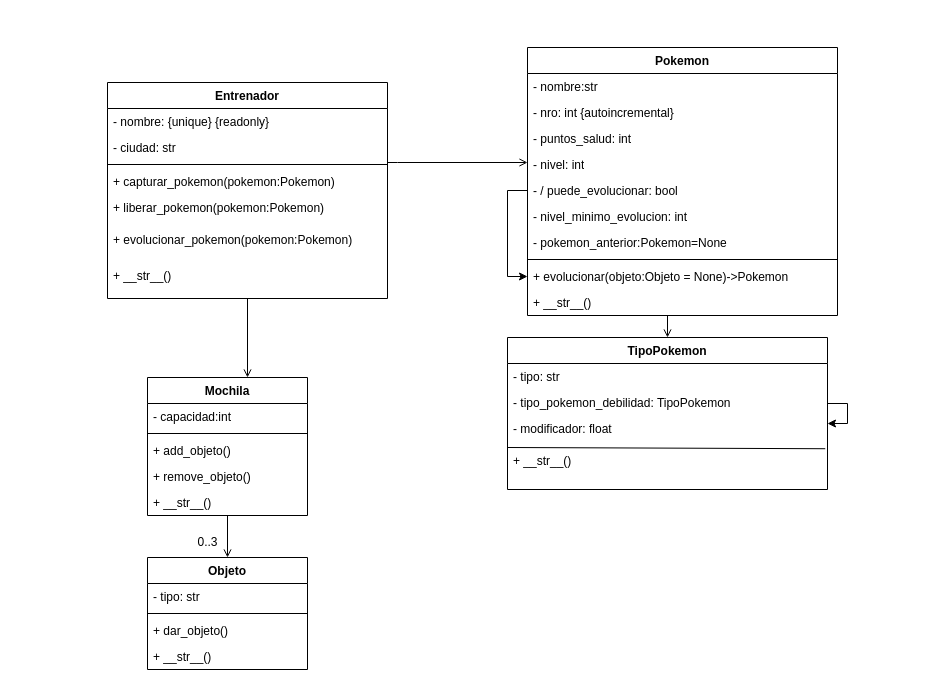
Above: Poo Pokemon.drawio in CristianNinotti/Poo-Pokemon (draw.io), before the change. Source tidied: cells renumbered, new cells numbered last; positions are measured from the earlier drawing's top-left corner, leaving out a move shared by most shapes. Both pictures are drawn from the tidied source at 100%, with x=0, y=0 at pixel (107, 47).
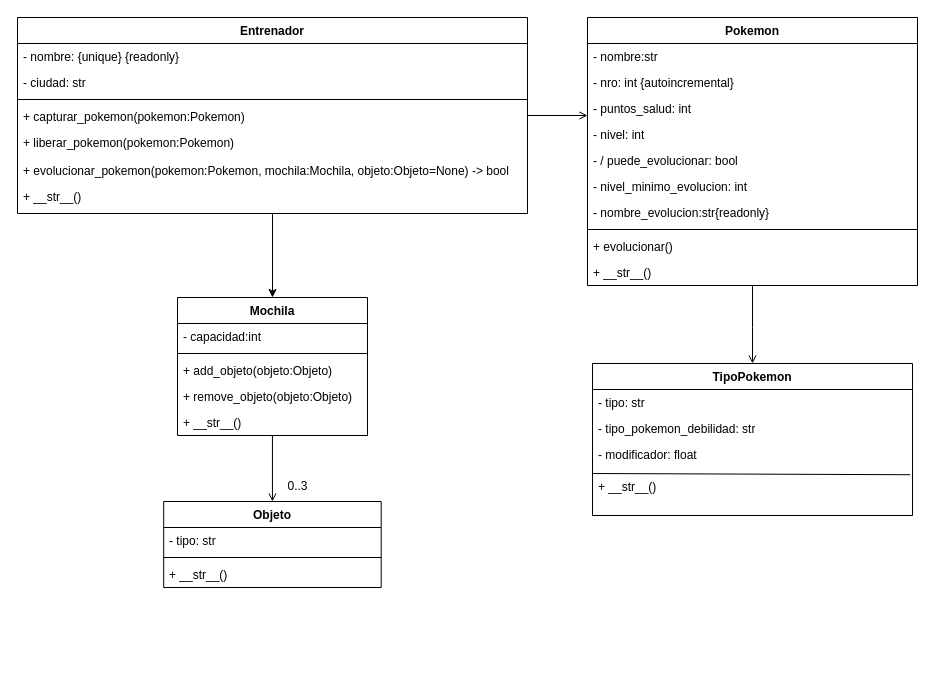
The same page after the edit.

Change to the diagram source:
```diff
@@
     <mxCell id="2" value="Pokemon" style="swimlane;fontStyle=1;align=center;verticalAlign=top;horizontal=1;startSize=26;whiteSpace=wrap;html=1;" parent="1" vertex="1">
-      <mxGeometry x="420" width="310" height="268" as="geometry" />
+      <mxGeometry x="480" y="-30" width="330" height="268" as="geometry" />
     </mxCell>
     <mxCell id="3" value="- nombre:str" style="text;strokeColor=none;fillColor=none;align=left;verticalAlign=top;spacingLeft=4;spacingRight=4;overflow=hidden;whiteSpace=wrap;html=1;" parent="2" vertex="1">
-      <mxGeometry y="26" width="310" height="26" as="geometry" />
+      <mxGeometry y="26" width="330" height="26" as="geometry" />
     </mxCell>
     <mxCell id="4" value="- nro: int {autoincremental}" style="text;strokeColor=none;fillColor=none;align=left;verticalAlign=top;spacingLeft=4;spacingRight=4;overflow=hidden;whiteSpace=wrap;html=1;" parent="2" vertex="1">
-      <mxGeometry y="52" width="310" height="26" as="geometry" />
+      <mxGeometry y="52" width="330" height="26" as="geometry" />
     </mxCell>
     <mxCell id="5" value="- puntos_salud: int" style="text;strokeColor=none;fillColor=none;align=left;verticalAlign=top;spacingLeft=4;spacingRight=4;overflow=hidden;whiteSpace=wrap;html=1;" parent="2" vertex="1">
-      <mxGeometry y="78" width="310" height="26" as="geometry" />
+      <mxGeometry y="78" width="330" height="26" as="geometry" />
     </mxCell>
     <mxCell id="6" value="- nivel: int" style="text;strokeColor=none;fillColor=none;align=left;verticalAlign=top;spacingLeft=4;spacingRight=4;overflow=hidden;whiteSpace=wrap;html=1;" parent="2" vertex="1">
-      <mxGeometry y="104" width="310" height="26" as="geometry" />
+      <mxGeometry y="104" width="330" height="26" as="geometry" />
     </mxCell>
-    <mxCell id="7" style="edgeStyle=orthogonalEdgeStyle;rounded=0;jettySize=auto;html=1;entryX=0;entryY=0.5;entryDx=0;entryDy=0;" parent="2" edge="1" source="8" target="12">
-      <mxGeometry relative="1" as="geometry" />
-    </mxCell>
     <mxCell id="8" value="- / puede_evolucionar: bool" style="text;strokeColor=none;fillColor=none;align=left;verticalAlign=top;spacingLeft=4;spacingRight=4;overflow=hidden;points=[[0,0.5],[1,0.5]];portConstraint=eastwest;whiteSpace=wrap;html=1;" parent="2" vertex="1">
-      <mxGeometry y="130" width="310" height="26" as="geometry" />
+      <mxGeometry y="130" width="330" height="26" as="geometry" />
     </mxCell>
+    <mxCell id="46" value="- nivel_minimo_evolucion: int" style="text;strokeColor=none;fillColor=none;align=left;verticalAlign=top;spacingLeft=4;spacingRight=4;overflow=hidden;whiteSpace=wrap;html=1;" parent="2" vertex="1">
+      <mxGeometry y="156" width="330" height="26" as="geometry" />
+    </mxCell>
-    <mxCell id="9" value="- nivel_minimo_evolucion: int" style="text;strokeColor=none;fillColor=none;align=left;verticalAlign=top;spacingLeft=4;spacingRight=4;overflow=hidden;whiteSpace=wrap;html=1;" parent="2" vertex="1">
-      <mxGeometry y="156" width="310" height="26" as="geometry" />
+    <mxCell id="9" value="- nombre_evolucion:str{readonly}" style="text;strokeColor=none;fillColor=none;align=left;verticalAlign=top;spacingLeft=4;spacingRight=4;overflow=hidden;whiteSpace=wrap;html=1;" parent="2" vertex="1">
+      <mxGeometry y="182" width="330" height="26" as="geometry" />
     </mxCell>
-    <mxCell id="10" value="- pokemon_anterior:Pokemon=None" style="text;strokeColor=none;fillColor=none;align=left;verticalAlign=top;spacingLeft=4;spacingRight=4;overflow=hidden;whiteSpace=wrap;html=1;" parent="2" vertex="1">
-      <mxGeometry y="182" width="310" height="26" as="geometry" />
-    </mxCell>
     <mxCell id="11" style="line;strokeWidth=1;fillColor=none;align=left;verticalAlign=middle;spacingTop=-1;spacingLeft=3;spacingRight=3;labelPosition=right;strokeColor=inherit;" parent="2" vertex="1">
-      <mxGeometry y="208" width="310" height="8" as="geometry" />
+      <mxGeometry y="208" width="330" height="8" as="geometry" />
     </mxCell>
-    <mxCell id="12" value="+ evolucionar(objeto:Objeto = None)-&amp;gt;Pokemon" style="text;strokeColor=none;fillColor=none;align=left;verticalAlign=top;spacingLeft=4;spacingRight=4;overflow=hidden;points=[[0,0.5],[1,0.5]];portConstraint=eastwest;whiteSpace=wrap;html=1;" parent="2" vertex="1">
-      <mxGeometry y="216" width="310" height="26" as="geometry" />
+    <mxCell id="12" value="+ evolucionar()" style="text;strokeColor=none;fillColor=none;align=left;verticalAlign=top;spacingLeft=4;spacingRight=4;overflow=hidden;points=[[0,0.5],[1,0.5]];portConstraint=eastwest;whiteSpace=wrap;html=1;" parent="2" vertex="1">
+      <mxGeometry y="216" width="330" height="26" as="geometry" />
     </mxCell>
     <mxCell id="13" value="+ __str__()" style="text;strokeColor=none;fillColor=none;align=left;verticalAlign=top;spacingLeft=4;spacingRight=4;overflow=hidden;whiteSpace=wrap;html=1;" parent="2" vertex="1">
-      <mxGeometry y="242" width="310" height="26" as="geometry" />
+      <mxGeometry y="242" width="330" height="26" as="geometry" />
     </mxCell>
@@
-    <mxCell id="15" style="edgeStyle=orthogonalEdgeStyle;rounded=0;jettySize=auto;html=1;endArrow=open;endFill=0;" parent="1" edge="1" source="16" target="33">
-      <mxGeometry relative="1" as="geometry">
-        <Array as="points">
-          <mxPoint x="120" y="190" />
-          <mxPoint x="120" y="190" />
-        </Array>
-      </mxGeometry>
+    <mxCell id="15" style="edgeStyle=orthogonalEdgeStyle;rounded=0;jettySize=auto;html=1;entryX=0.5;entryY=0;entryDx=0;entryDy=0;" parent="1" edge="1" source="16" target="33">
+      <mxGeometry relative="1" as="geometry" />
     </mxCell>
     <mxCell id="16" value="Entrenador" style="swimlane;fontStyle=1;align=center;verticalAlign=top;horizontal=1;startSize=26;whiteSpace=wrap;html=1;" parent="1" vertex="1">
-      <mxGeometry y="35" width="280" height="216" as="geometry" />
+      <mxGeometry x="-90" y="-30" width="510" height="196" as="geometry" />
     </mxCell>
     <mxCell id="17" value="- nombre: {unique} {readonly}" style="text;strokeColor=none;fillColor=none;align=left;verticalAlign=top;spacingLeft=4;spacingRight=4;overflow=hidden;whiteSpace=wrap;html=1;" parent="16" vertex="1">
-      <mxGeometry y="26" width="280" height="26" as="geometry" />
+      <mxGeometry y="26" width="510" height="26" as="geometry" />
     </mxCell>
     <mxCell id="18" value="- ciudad: str" style="text;strokeColor=none;fillColor=none;align=left;verticalAlign=top;spacingLeft=4;spacingRight=4;overflow=hidden;whiteSpace=wrap;html=1;" parent="16" vertex="1">
-      <mxGeometry y="52" width="280" height="26" as="geometry" />
+      <mxGeometry y="52" width="510" height="26" as="geometry" />
     </mxCell>
     <mxCell id="19" style="line;strokeWidth=1;fillColor=none;align=left;verticalAlign=middle;spacingTop=-1;spacingLeft=3;spacingRight=3;labelPosition=right;strokeColor=inherit;" parent="16" vertex="1">
-      <mxGeometry y="78" width="280" height="8" as="geometry" />
+      <mxGeometry y="78" width="510" height="8" as="geometry" />
     </mxCell>
     <mxCell id="20" value="+ capturar_pokemon(pokemon:Pokemon)" style="text;strokeColor=none;fillColor=none;align=left;verticalAlign=top;spacingLeft=4;spacingRight=4;overflow=hidden;whiteSpace=wrap;html=1;" parent="16" vertex="1">
-      <mxGeometry y="86" width="280" height="26" as="geometry" />
+      <mxGeometry y="86" width="510" height="26" as="geometry" />
     </mxCell>
     <mxCell id="21" value="+ liberar_pokemon(pokemon:Pokemon)" style="text;strokeColor=none;fillColor=none;align=left;verticalAlign=top;spacingLeft=4;spacingRight=4;overflow=hidden;whiteSpace=wrap;html=1;" parent="16" vertex="1">
-      <mxGeometry y="112" width="280" height="32" as="geometry" />
+      <mxGeometry y="112" width="510" height="28" as="geometry" />
     </mxCell>
-    <mxCell id="22" value="+ evolucionar_pokemon(pokemon:Pokemon)" style="text;strokeColor=none;fillColor=none;align=left;verticalAlign=top;spacingLeft=4;spacingRight=4;overflow=hidden;whiteSpace=wrap;html=1;" parent="16" vertex="1">
-      <mxGeometry y="144" width="280" height="36" as="geometry" />
+    <mxCell id="22" value="+ evolucionar_pokemon(pokemon:Pokemon, mochila:Mochila, objeto:Objeto=None) -&amp;gt; bool" style="text;strokeColor=none;fillColor=none;align=left;verticalAlign=top;spacingLeft=4;spacingRight=4;overflow=hidden;whiteSpace=wrap;html=1;" parent="16" vertex="1">
+      <mxGeometry y="140" width="510" height="26" as="geometry" />
     </mxCell>
     <mxCell id="23" value="+ __str__()" style="text;strokeColor=none;fillColor=none;align=left;verticalAlign=top;spacingLeft=4;spacingRight=4;overflow=hidden;whiteSpace=wrap;html=1;" parent="16" vertex="1">
-      <mxGeometry y="180" width="280" height="36" as="geometry" />
+      <mxGeometry y="166" width="510" height="30" as="geometry" />
     </mxCell>
     <mxCell id="24" style="edgeStyle=orthogonalEdgeStyle;rounded=0;jettySize=auto;html=1;endArrow=none;endFill=0;startArrow=open;startFill=0;" parent="1" edge="1" source="25" target="2">
       <mxGeometry relative="1" as="geometry">
         <Array as="points">
-          <mxPoint x="570" y="180" />
-          <mxPoint x="570" y="180" />
+          <mxPoint x="645" y="280" />
+          <mxPoint x="645" y="280" />
         </Array>
       </mxGeometry>
     </mxCell>
     <mxCell id="25" value="TipoPokemon" style="swimlane;fontStyle=1;align=center;verticalAlign=top;horizontal=1;startSize=26;whiteSpace=wrap;html=1;" parent="1" vertex="1">
-      <mxGeometry x="400" y="290" width="320" height="152" as="geometry" />
+      <mxGeometry x="485" y="316" width="320" height="152" as="geometry" />
     </mxCell>
@@
-    <mxCell id="27" value="- tipo_pokemon_debilidad: TipoPokemon" style="text;strokeColor=none;fillColor=none;align=left;verticalAlign=top;spacingLeft=4;spacingRight=4;overflow=hidden;whiteSpace=wrap;html=1;" parent="25" vertex="1">
+    <mxCell id="27" value="- tipo_pokemon_debilidad: str" style="text;strokeColor=none;fillColor=none;align=left;verticalAlign=top;spacingLeft=4;spacingRight=4;overflow=hidden;whiteSpace=wrap;html=1;" parent="25" vertex="1">
       <mxGeometry y="52" width="320" height="26" as="geometry" />
     </mxCell>
@@
     <mxCell id="33" value="Mochila" style="swimlane;fontStyle=1;align=center;verticalAlign=top;horizontal=1;startSize=26;whiteSpace=wrap;html=1;" parent="1" vertex="1">
-      <mxGeometry x="40" y="330" width="160" height="138" as="geometry" />
+      <mxGeometry x="70" y="250" width="190" height="138" as="geometry" />
     </mxCell>
     <mxCell id="34" value="- capacidad:int" style="text;strokeColor=none;fillColor=none;align=left;verticalAlign=top;spacingLeft=4;spacingRight=4;overflow=hidden;whiteSpace=wrap;html=1;" parent="33" vertex="1">
-      <mxGeometry y="26" width="160" height="26" as="geometry" />
+      <mxGeometry y="26" width="190" height="26" as="geometry" />
     </mxCell>
     <mxCell id="35" style="line;strokeWidth=1;fillColor=none;align=left;verticalAlign=middle;spacingTop=-1;spacingLeft=3;spacingRight=3;labelPosition=right;strokeColor=inherit;" parent="33" vertex="1">
-      <mxGeometry y="52" width="160" height="8" as="geometry" />
+      <mxGeometry y="52" width="190" height="8" as="geometry" />
     </mxCell>
-    <mxCell id="36" value="+ add_objeto()" style="text;strokeColor=none;fillColor=none;align=left;verticalAlign=top;spacingLeft=4;spacingRight=4;overflow=hidden;whiteSpace=wrap;html=1;" parent="33" vertex="1">
-      <mxGeometry y="60" width="160" height="26" as="geometry" />
+    <mxCell id="36" value="+ add_objeto(objeto:Objeto)" style="text;strokeColor=none;fillColor=none;align=left;verticalAlign=top;spacingLeft=4;spacingRight=4;overflow=hidden;whiteSpace=wrap;html=1;" parent="33" vertex="1">
+      <mxGeometry y="60" width="190" height="26" as="geometry" />
     </mxCell>
-    <mxCell id="37" value="+ remove_objeto()" style="text;strokeColor=none;fillColor=none;align=left;verticalAlign=top;spacingLeft=4;spacingRight=4;overflow=hidden;whiteSpace=wrap;html=1;" parent="33" vertex="1">
-      <mxGeometry y="86" width="160" height="26" as="geometry" />
+    <mxCell id="37" value="+ remove_objeto(objeto:Objeto)" style="text;strokeColor=none;fillColor=none;align=left;verticalAlign=top;spacingLeft=4;spacingRight=4;overflow=hidden;whiteSpace=wrap;html=1;" parent="33" vertex="1">
+      <mxGeometry y="86" width="190" height="26" as="geometry" />
     </mxCell>
     <mxCell id="38" value="+ __str__()" style="text;strokeColor=none;fillColor=none;align=left;verticalAlign=top;spacingLeft=4;spacingRight=4;overflow=hidden;whiteSpace=wrap;html=1;" parent="33" vertex="1">
-      <mxGeometry y="112" width="160" height="26" as="geometry" />
+      <mxGeometry y="112" width="190" height="26" as="geometry" />
     </mxCell>
     <mxCell id="39" value="&lt;div&gt;Objeto&lt;/div&gt;" style="swimlane;fontStyle=1;align=center;verticalAlign=top;horizontal=1;startSize=26;whiteSpace=wrap;html=1;" parent="1" vertex="1">
-      <mxGeometry x="40" y="510" width="160" height="112" as="geometry" />
+      <mxGeometry x="56.2" y="454" width="217.5" height="86" as="geometry" />
     </mxCell>
     <mxCell id="40" value="- tipo: str" style="text;strokeColor=none;fillColor=none;align=left;verticalAlign=top;spacingLeft=4;spacingRight=4;overflow=hidden;whiteSpace=wrap;html=1;" parent="39" vertex="1">
-      <mxGeometry y="26" width="160" height="26" as="geometry" />
+      <mxGeometry y="26" width="217.5" height="26" as="geometry" />
     </mxCell>
     <mxCell id="41" style="line;strokeWidth=1;fillColor=none;align=left;verticalAlign=middle;spacingTop=-1;spacingLeft=3;spacingRight=3;labelPosition=right;strokeColor=inherit;" parent="39" vertex="1">
-      <mxGeometry y="52" width="160" height="8" as="geometry" />
+      <mxGeometry y="52" width="217.5" height="8" as="geometry" />
     </mxCell>
-    <mxCell id="42" value="+ dar_objeto()" style="text;strokeColor=none;fillColor=none;align=left;verticalAlign=top;spacingLeft=4;spacingRight=4;overflow=hidden;whiteSpace=wrap;html=1;" parent="39" vertex="1">
-      <mxGeometry y="60" width="160" height="26" as="geometry" />
-    </mxCell>
     <mxCell id="43" value="+ __str__()" style="text;strokeColor=none;fillColor=none;align=left;verticalAlign=top;spacingLeft=4;spacingRight=4;overflow=hidden;whiteSpace=wrap;html=1;" parent="39" vertex="1">
-      <mxGeometry y="86" width="160" height="26" as="geometry" />
+      <mxGeometry y="60" width="217.5" height="26" as="geometry" />
     </mxCell>
     <mxCell id="44" value="0..3" style="text;html=1;align=center;verticalAlign=middle;strokeColor=none;fillColor=none;" parent="1" vertex="1">
-      <mxGeometry x="80" y="480" width="40" height="30" as="geometry" />
+      <mxGeometry x="170" y="424" width="40" height="30" as="geometry" />
     </mxCell>
-    <mxCell id="45" style="edgeStyle=orthogonalEdgeStyle;rounded=0;orthogonalLoop=1;jettySize=auto;html=1;" parent="1" edge="1" source="25" target="25">
-      <mxGeometry relative="1" as="geometry" />
-    </mxCell>
```
